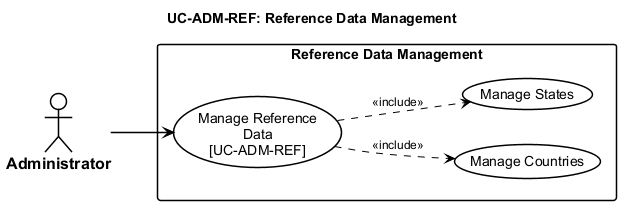
Earlier version of the PlantUML export thesis/figures/chapters/part2/ch2-design/02-use-cases/diagrams/P2S2.2.2_usecase-reference-data.png (qingfa-dev/ReSys.Shop).
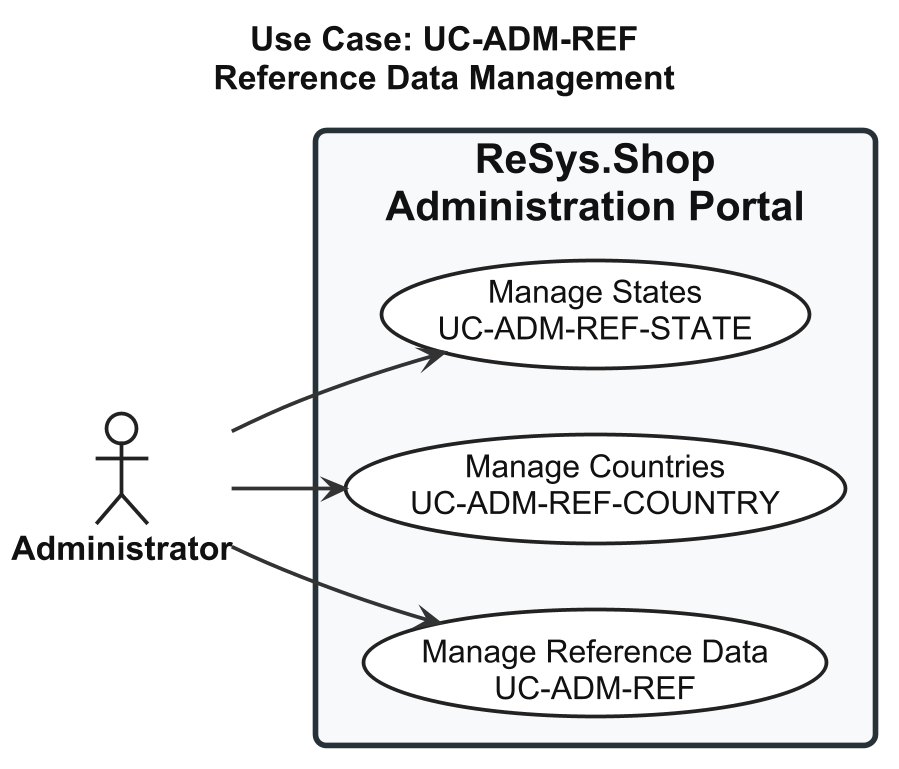
After the change.

Change to the diagram source:
```diff
@@ -1,51 +1,77 @@
 @startuml usecase-reference-data
+
 left to right direction
 
+skinparam shadowing false
+skinparam dpi 180
+
 <style>
-  root {
-    FontName "Arial"
-    FontSize 14
-    Shadowing 0
-  }
-  actor {
-    BackGroundColor #FFFFFF
-    LineColor #000000
-    LineThickness 1.5
-    FontColor #000000
-    FontStyle bold
-    FontSize 16
-  }
-  usecase {
-    BackGroundColor #FFFFFF
-    LineColor #000000
-    LineThickness 1.5
-    FontColor #000000
-  }
-  rectangle {
-    BackGroundColor #FFFFFF
-    LineColor #000000
-    LineThickness 1.5
-    FontStyle bold
-  }
-  arrow {
-    LineColor #000000
-    LineThickness 1.5
-    FontSize 12
-  }
+
+root {
+  FontName "Arial"
+  FontSize 18
+  FontColor #111111
+}
+
+actor {
+  FontName "Arial"
+  FontSize 18
+  FontStyle bold
+  FontColor #111111
+  BackgroundColor #FFFFFF
+  LineColor #222222
+  LineThickness 2
+}
+
+usecase {
+  FontName "Arial"
+  FontSize 17
+  FontColor #111111
+  FontStyle plain
+  BackgroundColor #FFFFFF
+  LineColor #222222
+  LineThickness 2
+  Padding 18
+}
+
+rectangle {
+  FontName "Arial"
+  FontSize 22
+  FontStyle bold
+  FontColor #111111
+  BackgroundColor #F7F9FA
+  LineColor #263238
+  LineThickness 3
+  RoundCorner 12
+  Padding 30
+}
+
+arrow {
+  FontName "Arial"
+  FontSize 15
+  FontColor #111111
+  LineColor #333333
+  LineThickness 2
+}
+
 </style>
-title UC-ADM-REF: Reference Data Management
+
+title Use Case: UC-ADM-REF\nReference Data Management
 
 actor "Administrator" as Admin
 
-rectangle "Reference Data Management" {
-  usecase "Manage Reference\nData\n[UC-ADM-REF]" as UC_MAIN
-  usecase "Manage Countries" as UC_SUB_1
-  usecase "Manage States" as UC_SUB_2
+rectangle "ReSys.Shop\nAdministration Portal" {
 
-  UC_MAIN ..> UC_SUB_1 : <<include>>
-  UC_MAIN ..> UC_SUB_2 : <<include>>
+  usecase "Manage Reference Data\nUC-ADM-REF" as UC_MAIN
+
+  usecase "Manage Countries\nUC-ADM-REF-COUNTRY" as UC_COUNTRY
+
+  usecase "Manage States\nUC-ADM-REF-STATE" as UC_STATE
+
 }
 
 Admin --> UC_MAIN
+Admin --> UC_COUNTRY
+Admin --> UC_STATE
 
 @enduml
```
